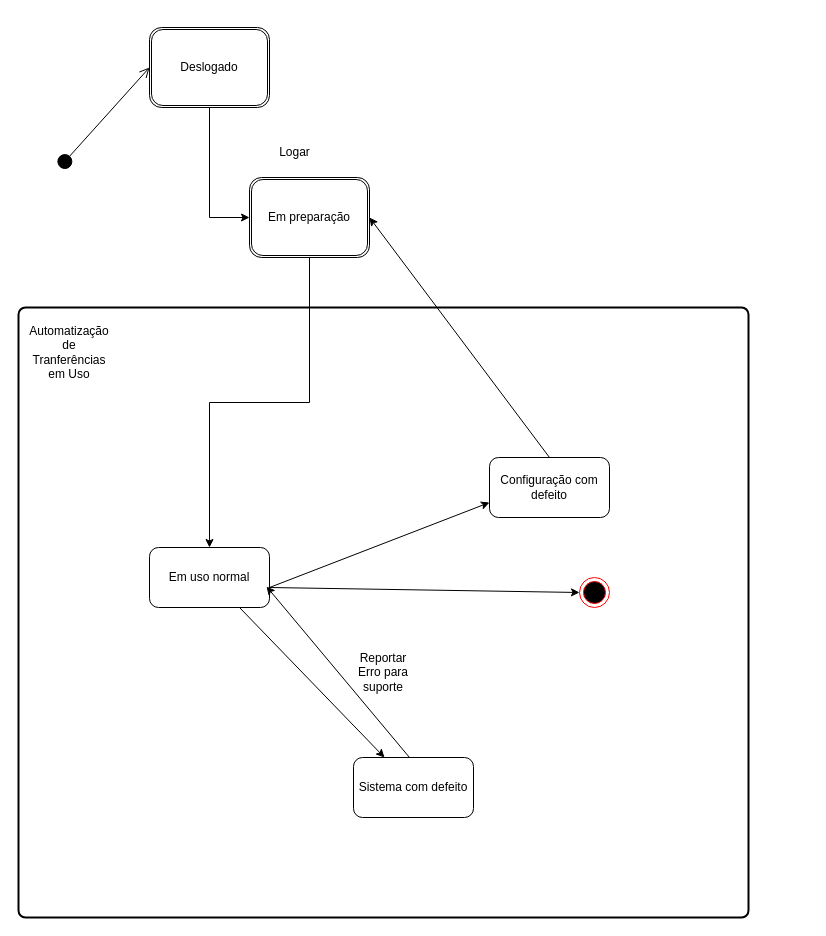
Before: page "Diagrama de estados" (4 of 5) of TrabalhoEngenhariaSoftware.drawio in brunanoroes/Trabalho-eng-soft, a draw.io diagram. Source tidied: cells renumbered, new cells numbered last; positions are measured from the earlier drawing's top-left corner, leaving out a move shared by most shapes. Both pictures are drawn from the tidied source at 100%, with x=0, y=0 at pixel (18, 27).
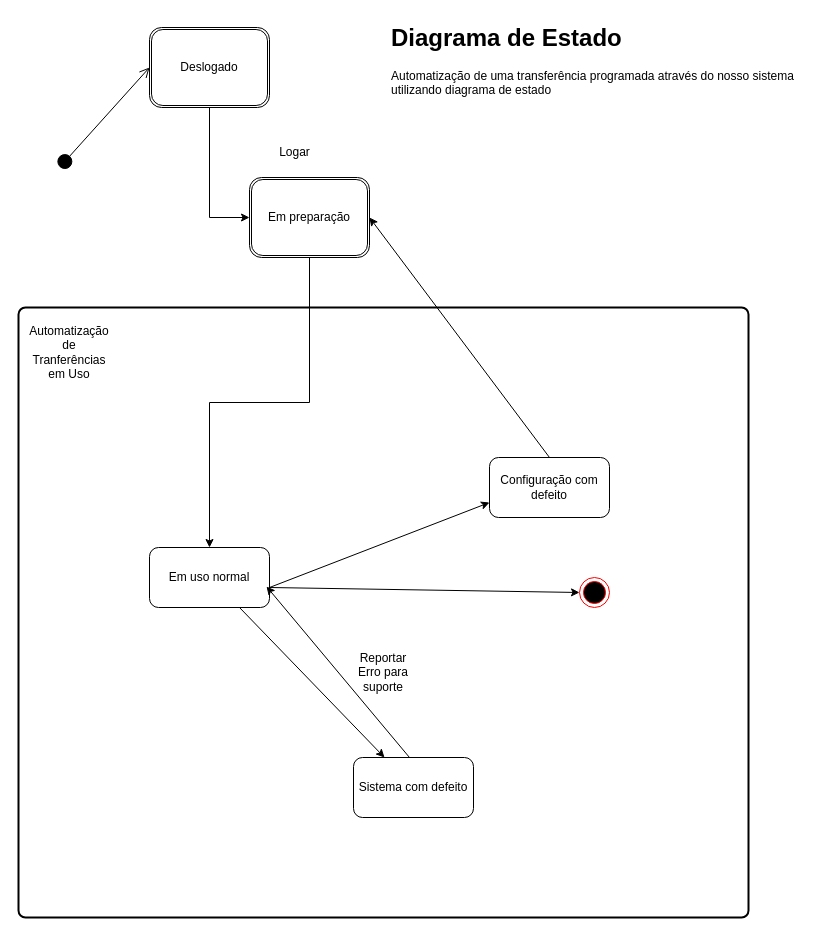
The same page after the edit.

What changed in the source:
```diff
@@
+    <mxCell id="20" value="&lt;h1 style=&quot;margin-top: 0px;&quot;&gt;Diagrama de Estado&lt;/h1&gt;&lt;p&gt;Automatização de uma transferência programada através do nosso sistema utilizando diagrama de estado&lt;/p&gt;" style="text;html=1;whiteSpace=wrap;overflow=hidden;rounded=0;" parent="1" vertex="1">
+      <mxGeometry x="371" y="-10" width="420" height="120" as="geometry" />
+    </mxCell>
```
